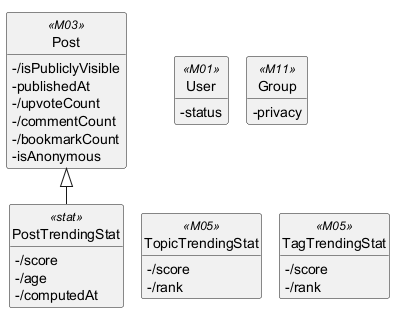
This is .agents/.claude/system_analysis/output/data-model/ec/diagrams/EC-M14.png from ducsiukap/iShare, a PlantUML export, as it was before one commit.
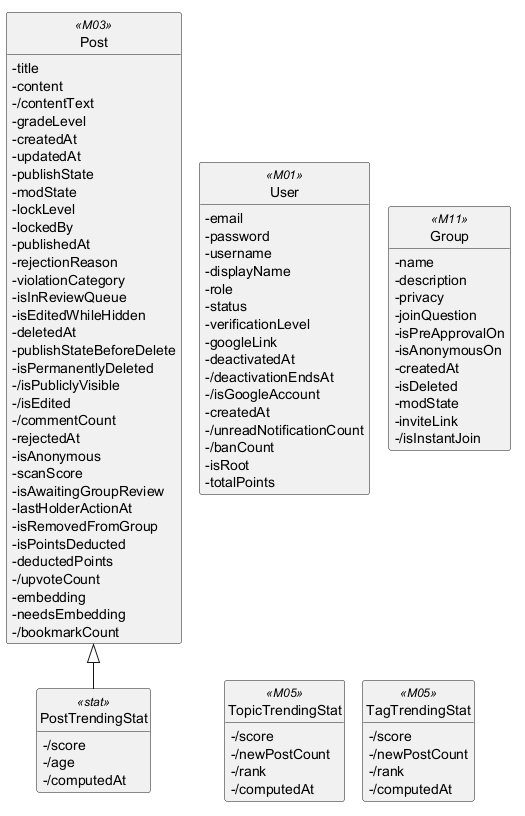
After the commit.

Change to the diagram source:
```diff
@@ -10,26 +10,82 @@
   -/computedAt
 }
 class Post <<M03>> {
+  -title
+  -content
+  -/contentText
+  -gradeLevel
+  -createdAt
+  -updatedAt
+  -publishState
+  -modState
+  -lockLevel
+  -lockedBy
+  -publishedAt
+  -rejectionReason
+  -violationCategory
+  -isInReviewQueue
+  -isEditedWhileHidden
+  -deletedAt
+  -publishStateBeforeDelete
+  -isPermanentlyDeleted
   -/isPubliclyVisible
-  -publishedAt
+  -/isEdited
+  -/commentCount
+  -rejectedAt
+  -isAnonymous
+  -scanScore
+  -isAwaitingGroupReview
+  -lastHolderActionAt
+  -isRemovedFromGroup
+  -isPointsDeducted
+  -deductedPoints
   -/upvoteCount
-  -/commentCount
+  -embedding
+  -needsEmbedding
   -/bookmarkCount
-  -isAnonymous
 }
 class User <<M01>> {
+  -email
+  -password
+  -username
+  -displayName
+  -role
   -status
+  -verificationLevel
+  -googleLink
+  -deactivatedAt
+  -/deactivationEndsAt
+  -/isGoogleAccount
+  -createdAt
+  -/unreadNotificationCount
+  -/banCount
+  -isRoot
+  -totalPoints
 }
 class Group <<M11>> {
+  -name
+  -description
   -privacy
+  -joinQuestion
+  -isPreApprovalOn
+  -isAnonymousOn
+  -createdAt
+  -isDeleted
+  -modState
+  -inviteLink
+  -/isInstantJoin
 }
 class TopicTrendingStat <<M05>> {
   -/score
+  -/newPostCount
   -/rank
+  -/computedAt
 }
 class TagTrendingStat <<M05>> {
   -/score
+  -/newPostCount
   -/rank
+  -/computedAt
 }
 
 Post <|-- PostTrendingStat
```
